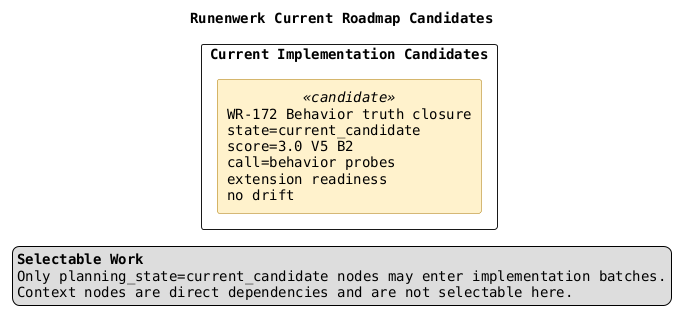
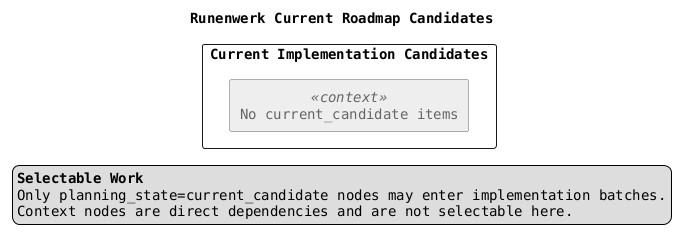
@startuml
title Runenwerk Current Roadmap Candidates

top to bottom direction
skinparam componentStyle rectangle
skinparam shadowing false
skinparam packageStyle rectangle
skinparam defaultFontName Monospaced

skinparam component {
  BackgroundColor<<candidate>> #FFF2CC
  BorderColor<<candidate>> #AA7700
  BackgroundColor<<context>> #EEEEEE
  BorderColor<<context>> #666666
  FontColor<<context>> #666666
}

legend right
  <b>Selectable Work</b>
  Only planning_state=current_candidate nodes may enter implementation batches.
  Context nodes are direct dependencies and are not selectable here.
endlegend

package "Current Implementation Candidates" {
-   component "WR-172 Behavior truth closure\nstate=current_candidate\nscore=3.0 V5 B2\ncall=behavior probes\nextension readiness\nno drift" as WR172 <<candidate>>
+   component "No current_candidate items" as NO_CANDIDATES <<context>>

}


@enduml
